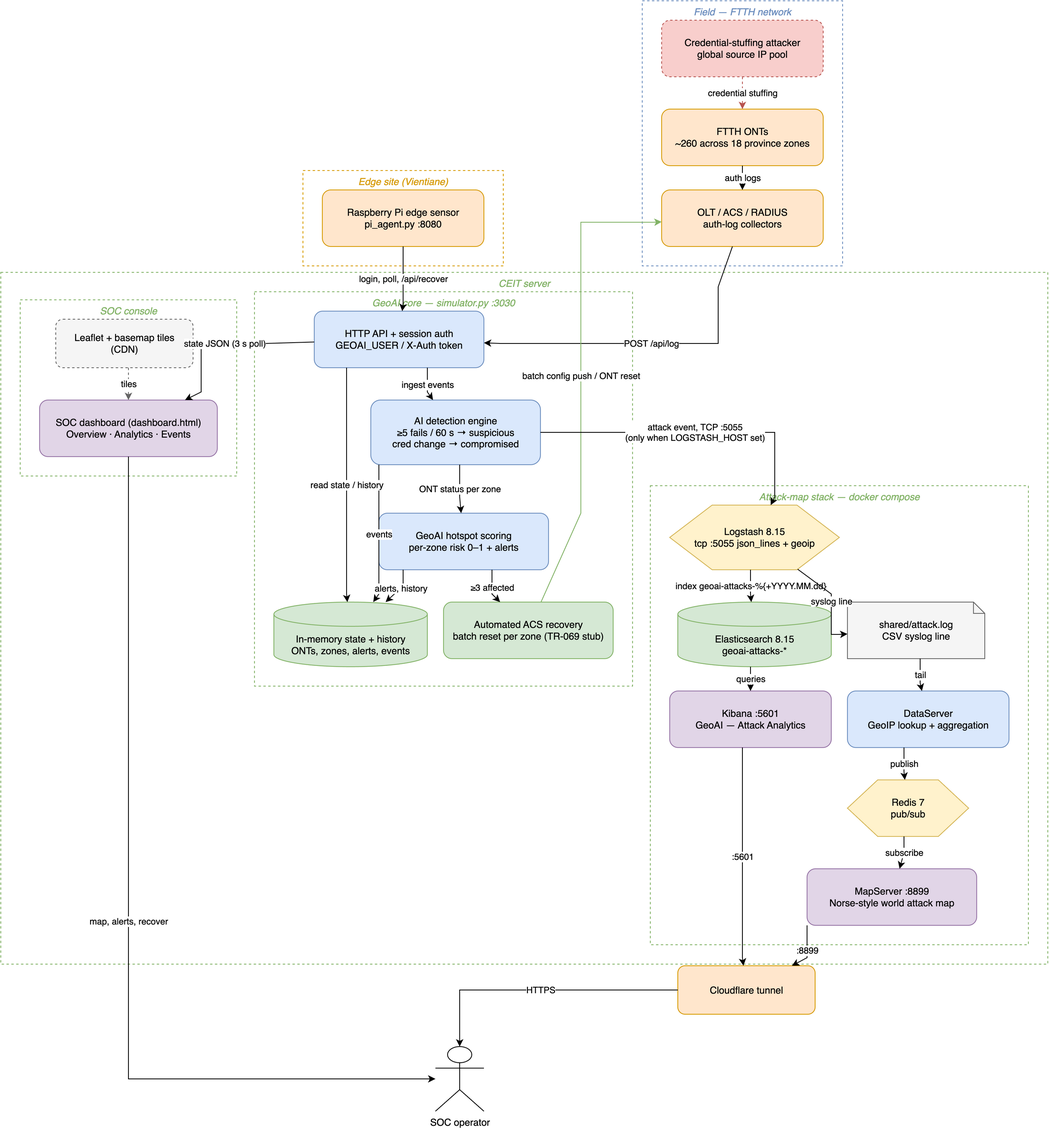
Earlier version of the draw.io export docs/architecture.png (phonepadith/HACK_LA_127). Source tidied: cells renumbered, new cells last; positions are measured from the earlier drawing's top-left corner, leaving out a move shared by most shapes.
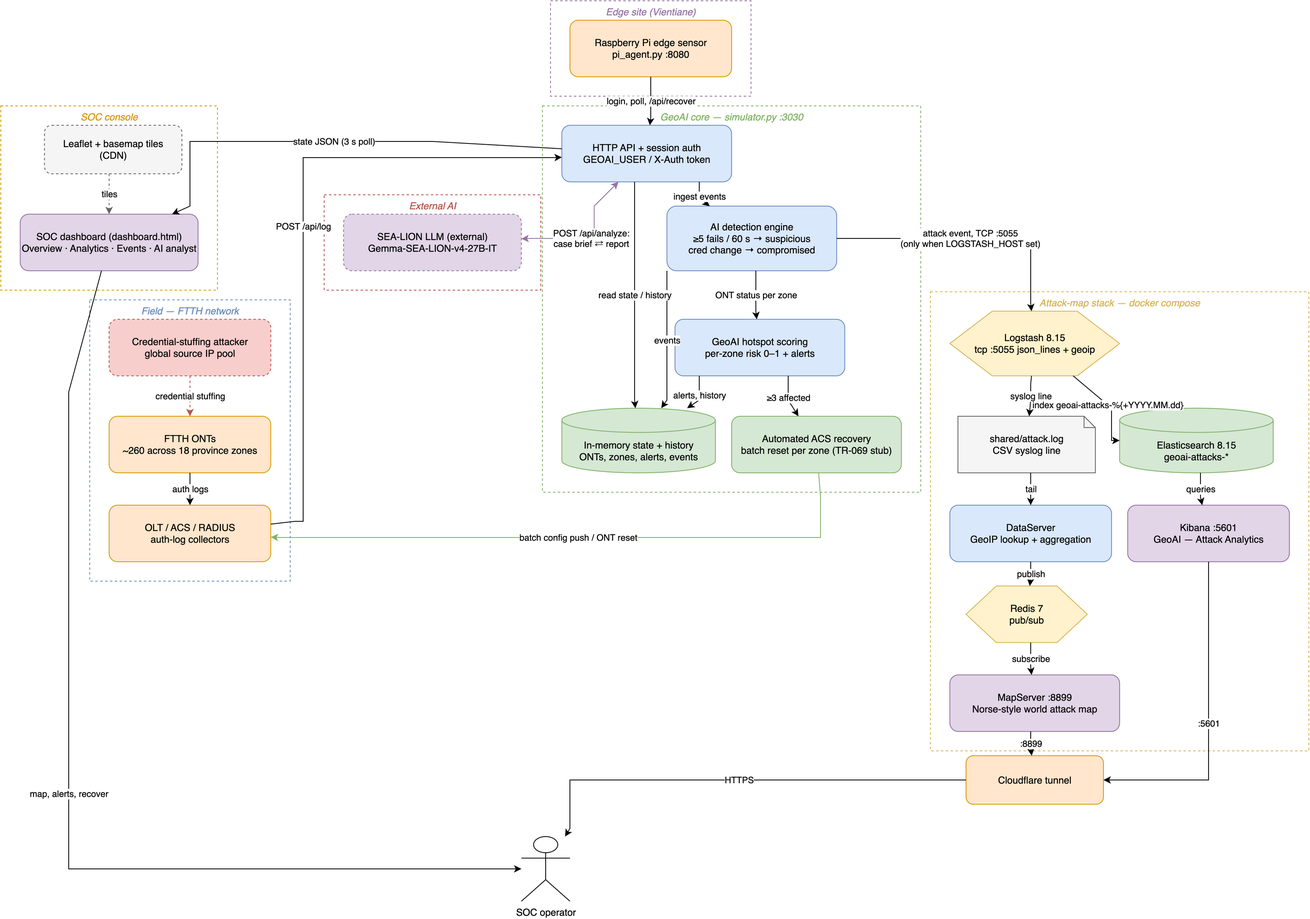
The same diagram one commit later.

Commit message:
Architecture diagram: add the SEA-LION LLM, drop the CEIT server wrapper

Change to the diagram source:
```diff
@@ -4,37 +4,37 @@
     <mxCell id="1" parent="0" />
-    <mxCell id="2" value="CEIT server" style="rounded=0;whiteSpace=wrap;html=1;fillColor=none;strokeColor=#82b366;fontColor=#82b366;verticalAlign=top;fontStyle=2;dashed=1;" parent="1" vertex="1">
-      <mxGeometry y="336" width="1296" height="856" as="geometry" />
+    <mxCell id="2" value="Attack-map stack — docker compose" style="rounded=0;whiteSpace=wrap;html=1;fillColor=none;strokeColor=#d6b656;fontColor=#d6b656;verticalAlign=top;fontStyle=2;dashed=1;" parent="1" vertex="1">
+      <mxGeometry x="1144" y="360" width="468" height="568" as="geometry" />
     </mxCell>
-    <mxCell id="3" value="Edge site (Vientiane)" style="rounded=0;whiteSpace=wrap;html=1;fillColor=none;strokeColor=#d79b00;fontColor=#d79b00;verticalAlign=top;fontStyle=2;dashed=1;" parent="1" vertex="1">
-      <mxGeometry x="374" y="210" width="248" height="118" as="geometry" />
+    <mxCell id="3" value="Edge site (Vientiane)" style="rounded=0;whiteSpace=wrap;html=1;fillColor=none;strokeColor=#9673a6;fontColor=#9673a6;verticalAlign=top;fontStyle=2;dashed=1;" parent="1" vertex="1">
+      <mxGeometry x="674" width="248" height="118" as="geometry" />
     </mxCell>
-    <mxCell id="4" value="Field — FTTH network" style="rounded=0;whiteSpace=wrap;html=1;fillColor=none;strokeColor=#6c8ebf;fontColor=#6c8ebf;verticalAlign=top;fontStyle=2;dashed=1;" parent="1" vertex="1">
-      <mxGeometry x="794" width="248" height="328" as="geometry" />
+    <mxCell id="4" value="External AI" style="rounded=0;whiteSpace=wrap;html=1;fillColor=none;strokeColor=#b85450;fontColor=#b85450;verticalAlign=top;fontStyle=2;dashed=1;" parent="1" vertex="1">
+      <mxGeometry x="394" y="240" width="268" height="118" as="geometry" />
     </mxCell>
-    <mxCell id="5" value="Attack-map stack — docker compose" style="rounded=0;whiteSpace=wrap;html=1;fillColor=none;strokeColor=#82b366;fontColor=#82b366;verticalAlign=top;fontStyle=2;dashed=1;" parent="2" vertex="1">
-      <mxGeometry x="804" y="264" width="468" height="568" as="geometry" />
+    <mxCell id="5" value="Field — FTTH network" style="rounded=0;whiteSpace=wrap;html=1;fillColor=none;strokeColor=#6c8ebf;fontColor=#6c8ebf;verticalAlign=top;fontStyle=2;dashed=1;" parent="1" vertex="1">
+      <mxGeometry x="104" y="370" width="248" height="348" as="geometry" />
     </mxCell>
-    <mxCell id="6" value="GeoAI core — simulator.py :3030" style="rounded=0;whiteSpace=wrap;html=1;fillColor=none;strokeColor=#82b366;fontColor=#82b366;verticalAlign=top;fontStyle=2;dashed=1;" parent="2" vertex="1">
-      <mxGeometry x="314" y="24" width="468" height="488" as="geometry" />
+    <mxCell id="6" value="GeoAI core — simulator.py :3030" style="rounded=0;whiteSpace=wrap;html=1;fillColor=none;strokeColor=#82b366;fontColor=#82b366;verticalAlign=top;fontStyle=2;dashed=1;" parent="1" vertex="1">
+      <mxGeometry x="664" y="130" width="468" height="478" as="geometry" />
     </mxCell>
-    <mxCell id="7" value="SOC console" style="rounded=0;whiteSpace=wrap;html=1;fillColor=none;strokeColor=#82b366;fontColor=#82b366;verticalAlign=top;fontStyle=2;dashed=1;" parent="2" vertex="1">
-      <mxGeometry x="24" y="34" width="268" height="218" as="geometry" />
+    <mxCell id="7" value="SOC console" style="rounded=0;whiteSpace=wrap;html=1;fillColor=none;strokeColor=#d79b00;fontColor=#d79b00;verticalAlign=top;fontStyle=2;dashed=1;" parent="1" vertex="1">
+      <mxGeometry x="-6" y="130" width="268" height="228" as="geometry" />
     </mxCell>
-    <mxCell id="8" value="Credential-stuffing attacker&#10;global source IP pool" style="rounded=1;whiteSpace=wrap;html=1;dashed=1;fillColor=#f8cecc;strokeColor=#b85450;" parent="4" vertex="1">
+    <mxCell id="8" value="Credential-stuffing attacker&#10;global source IP pool" style="rounded=1;whiteSpace=wrap;html=1;dashed=1;fillColor=#f8cecc;strokeColor=#b85450;" parent="5" vertex="1">
       <mxGeometry x="24" y="24" width="200" height="70" as="geometry" />
     </mxCell>
-    <mxCell id="9" value="FTTH ONTs&#10;~260 across 18 province zones" style="rounded=1;whiteSpace=wrap;html=1;fillColor=#ffe6cc;strokeColor=#d79b00;" parent="4" vertex="1">
-      <mxGeometry x="24" y="134" width="200" height="70" as="geometry" />
+    <mxCell id="9" value="FTTH ONTs&#10;~260 across 18 province zones" style="rounded=1;whiteSpace=wrap;html=1;fillColor=#ffe6cc;strokeColor=#d79b00;" parent="5" vertex="1">
+      <mxGeometry x="24" y="144" width="200" height="70" as="geometry" />
     </mxCell>
-    <mxCell id="10" value="OLT / ACS / RADIUS&#10;auth-log collectors" style="rounded=1;whiteSpace=wrap;html=1;fillColor=#ffe6cc;strokeColor=#d79b00;" parent="4" vertex="1">
-      <mxGeometry x="24" y="234" width="200" height="70" as="geometry" />
+    <mxCell id="10" value="OLT / ACS / RADIUS&#10;auth-log collectors" style="rounded=1;whiteSpace=wrap;html=1;fillColor=#ffe6cc;strokeColor=#d79b00;" parent="5" vertex="1">
+      <mxGeometry x="24" y="254" width="200" height="70" as="geometry" />
     </mxCell>
     <mxCell id="11" value="HTTP API + session auth&#10;GEOAI_USER / X-Auth token" style="rounded=1;whiteSpace=wrap;html=1;fillColor=#dae8fc;strokeColor=#6c8ebf;" parent="6" vertex="1">
-      <mxGeometry x="74" y="24" width="210" height="70" as="geometry" />
+      <mxGeometry x="24" y="24" width="210" height="70" as="geometry" />
     </mxCell>
     <mxCell id="12" value="AI detection engine&#10;≥5 fails / 60 s → suspicious&#10;cred change → compromised" style="rounded=1;whiteSpace=wrap;html=1;fillColor=#dae8fc;strokeColor=#6c8ebf;" parent="6" vertex="1">
-      <mxGeometry x="144" y="134" width="210" height="80" as="geometry" />
+      <mxGeometry x="154" y="124" width="210" height="80" as="geometry" />
     </mxCell>
     <mxCell id="13" value="GeoAI hotspot scoring&#10;per-zone risk 0–1 + alerts" style="rounded=1;whiteSpace=wrap;html=1;fillColor=#dae8fc;strokeColor=#6c8ebf;" parent="6" vertex="1">
-      <mxGeometry x="154" y="274" width="210" height="70" as="geometry" />
+      <mxGeometry x="164" y="264" width="210" height="70" as="geometry" />
     </mxCell>
@@ -44,9 +44,9 @@
     <mxCell id="15" value="In-memory state + history&#10;ONTs, zones, alerts, events" style="shape=cylinder3;whiteSpace=wrap;html=1;boundedLbl=1;fillColor=#d5e8d4;strokeColor=#82b366;" parent="6" vertex="1">
-      <mxGeometry x="24" y="384" width="190" height="80" as="geometry" />
+      <mxGeometry x="24" y="374" width="190" height="80" as="geometry" />
     </mxCell>
-    <mxCell id="16" value="SOC dashboard (dashboard.html)&#10;Overview · Analytics · Events" style="rounded=1;whiteSpace=wrap;html=1;fillColor=#e1d5e7;strokeColor=#9673a6;" parent="7" vertex="1">
-      <mxGeometry x="24" y="124" width="220" height="70" as="geometry" />
+    <mxCell id="16" value="SOC dashboard (dashboard.html)&#10;Overview · Analytics · Events · AI analyst" style="rounded=1;whiteSpace=wrap;html=1;fillColor=#e1d5e7;strokeColor=#9673a6;" parent="7" vertex="1">
+      <mxGeometry x="24" y="134" width="220" height="70" as="geometry" />
     </mxCell>
     <mxCell id="17" value="Leaflet + basemap tiles&#10;(CDN)" style="rounded=1;whiteSpace=wrap;html=1;dashed=1;fillColor=#f5f5f5;strokeColor=#666666;" parent="7" vertex="1">
-      <mxGeometry x="44" y="24" width="170" height="60" as="geometry" />
+      <mxGeometry x="54" y="24" width="170" height="60" as="geometry" />
     </mxCell>
@@ -55,29 +55,32 @@
     </mxCell>
-    <mxCell id="19" value="Logstash 8.15&#10;tcp :5055 json_lines + geoip" style="shape=hexagon;perimeter=hexagonPerimeter2;whiteSpace=wrap;html=1;fillColor=#fff2cc;strokeColor=#d6b656;" parent="5" vertex="1">
+    <mxCell id="19" value="Logstash 8.15&#10;tcp :5055 json_lines + geoip" style="shape=hexagon;perimeter=hexagonPerimeter2;whiteSpace=wrap;html=1;fillColor=#fff2cc;strokeColor=#d6b656;" parent="2" vertex="1">
       <mxGeometry x="24" y="24" width="210" height="80" as="geometry" />
     </mxCell>
-    <mxCell id="20" value="shared/attack.log&#10;CSV syslog line" style="shape=note;whiteSpace=wrap;html=1;size=14;fillColor=#f5f5f5;strokeColor=#666666;" parent="5" vertex="1">
-      <mxGeometry x="244" y="144" width="170" height="70" as="geometry" />
+    <mxCell id="20" value="shared/attack.log&#10;CSV syslog line" style="shape=note;whiteSpace=wrap;html=1;size=14;fillColor=#f5f5f5;strokeColor=#666666;" parent="2" vertex="1">
+      <mxGeometry x="34" y="154" width="170" height="70" as="geometry" />
     </mxCell>
-    <mxCell id="21" value="DataServer&#10;GeoIP lookup + aggregation" style="rounded=1;whiteSpace=wrap;html=1;fillColor=#dae8fc;strokeColor=#6c8ebf;" parent="5" vertex="1">
-      <mxGeometry x="244" y="254" width="200" height="70" as="geometry" />
+    <mxCell id="21" value="DataServer&#10;GeoIP lookup + aggregation" style="rounded=1;whiteSpace=wrap;html=1;fillColor=#dae8fc;strokeColor=#6c8ebf;" parent="2" vertex="1">
+      <mxGeometry x="24" y="264" width="200" height="70" as="geometry" />
     </mxCell>
-    <mxCell id="22" value="Redis 7&#10;pub/sub" style="shape=hexagon;perimeter=hexagonPerimeter2;whiteSpace=wrap;html=1;fillColor=#fff2cc;strokeColor=#d6b656;" parent="5" vertex="1">
-      <mxGeometry x="244" y="364" width="150" height="70" as="geometry" />
+    <mxCell id="22" value="Redis 7&#10;pub/sub" style="shape=hexagon;perimeter=hexagonPerimeter2;whiteSpace=wrap;html=1;fillColor=#fff2cc;strokeColor=#d6b656;" parent="2" vertex="1">
+      <mxGeometry x="44" y="364" width="150" height="70" as="geometry" />
     </mxCell>
-    <mxCell id="23" value="MapServer :8899&#10;Norse-style world attack map" style="rounded=1;whiteSpace=wrap;html=1;fillColor=#e1d5e7;strokeColor=#9673a6;" parent="5" vertex="1">
-      <mxGeometry x="194" y="474" width="210" height="70" as="geometry" />
+    <mxCell id="23" value="MapServer :8899&#10;Norse-style world attack map" style="rounded=1;whiteSpace=wrap;html=1;fillColor=#e1d5e7;strokeColor=#9673a6;" parent="2" vertex="1">
+      <mxGeometry x="24" y="474" width="210" height="70" as="geometry" />
     </mxCell>
-    <mxCell id="24" value="Elasticsearch 8.15&#10;geoai-attacks-*" style="shape=cylinder3;whiteSpace=wrap;html=1;boundedLbl=1;fillColor=#d5e8d4;strokeColor=#82b366;" parent="5" vertex="1">
-      <mxGeometry x="34" y="144" width="190" height="80" as="geometry" />
+    <mxCell id="24" value="Elasticsearch 8.15&#10;geoai-attacks-*" style="shape=cylinder3;whiteSpace=wrap;html=1;boundedLbl=1;fillColor=#d5e8d4;strokeColor=#82b366;" parent="2" vertex="1">
+      <mxGeometry x="234" y="144" width="190" height="80" as="geometry" />
     </mxCell>
-    <mxCell id="25" value="Kibana :5601&#10;GeoAI — Attack Analytics" style="rounded=1;whiteSpace=wrap;html=1;fillColor=#e1d5e7;strokeColor=#9673a6;" parent="5" vertex="1">
-      <mxGeometry x="24" y="254" width="200" height="70" as="geometry" />
+    <mxCell id="25" value="Kibana :5601&#10;GeoAI — Attack Analytics" style="rounded=1;whiteSpace=wrap;html=1;fillColor=#e1d5e7;strokeColor=#9673a6;" parent="2" vertex="1">
+      <mxGeometry x="244" y="264" width="200" height="70" as="geometry" />
     </mxCell>
     <mxCell id="26" value="Cloudflare tunnel" style="rounded=1;whiteSpace=wrap;html=1;fillColor=#ffe6cc;strokeColor=#d79b00;" parent="1" vertex="1">
-      <mxGeometry x="838" y="1194" width="170" height="60" as="geometry" />
+      <mxGeometry x="1188" y="934" width="170" height="60" as="geometry" />
     </mxCell>
     <mxCell id="27" value="SOC operator" style="shape=umlActor;verticalLabelPosition=bottom;verticalAlign=top;html=1;" parent="1" vertex="1">
-      <mxGeometry x="538" y="1294" width="60" height="80" as="geometry" />
+      <mxGeometry x="638" y="1034" width="60" height="80" as="geometry" />
     </mxCell>
+    <mxCell id="52" value="SEA-LION LLM (external)&#10;Gemma-SEA-LION-v4-27B-IT" style="rounded=1;whiteSpace=wrap;html=1;dashed=1;fillColor=#e1d5e7;strokeColor=#9673a6;" parent="4" vertex="1">
+      <mxGeometry x="24" y="24" width="220" height="70" as="geometry" />
+    </mxCell>
     <mxCell id="28" value="credential stuffing" style="endArrow=classic;html=1;rounded=0;dashed=1;strokeColor=#b85450;" parent="1" edge="1" source="8" target="9">
@@ -85,4 +88,4 @@
         <Array as="points">
-          <mxPoint x="918" y="94" />
-          <mxPoint x="918" y="124" />
+          <mxPoint x="228" y="464" />
+          <mxPoint x="228" y="494" />
         </Array>
@@ -93,4 +96,4 @@
         <Array as="points">
-          <mxPoint x="918" y="204" />
-          <mxPoint x="918" y="224" />
+          <mxPoint x="228" y="584" />
+          <mxPoint x="228" y="604" />
         </Array>
@@ -101,7 +104,10 @@
         <Array as="points">
-          <mxPoint x="888" y="354" />
-          <mxPoint x="888" y="424" />
-          <mxPoint x="888" y="424" />
-          <mxPoint x="888" y="424" />
-          <mxPoint x="618" y="424" />
+          <mxPoint x="358" y="644" />
+          <mxPoint x="368" y="644" />
+          <mxPoint x="368" y="644" />
+          <mxPoint x="368" y="644" />
+          <mxPoint x="368" y="194" />
+          <mxPoint x="368" y="194" />
+          <mxPoint x="368" y="194" />
+          <mxPoint x="678" y="194" />
         </Array>
@@ -112,4 +118,4 @@
         <Array as="points">
-          <mxPoint x="528" y="454" />
-          <mxPoint x="528" y="484" />
+          <mxPoint x="858" y="224" />
+          <mxPoint x="858" y="244" />
         </Array>
@@ -120,4 +126,4 @@
         <Array as="points">
-          <mxPoint x="568" y="574" />
-          <mxPoint x="568" y="614" />
+          <mxPoint x="928" y="334" />
+          <mxPoint x="928" y="384" />
         </Array>
@@ -128,4 +134,4 @@
         <Array as="points">
-          <mxPoint x="608" y="704" />
-          <mxPoint x="608" y="734" />
+          <mxPoint x="968" y="464" />
+          <mxPoint x="968" y="494" />
         </Array>
@@ -136,7 +142,7 @@
         <Array as="points">
-          <mxPoint x="718" y="634" />
-          <mxPoint x="718" y="274" />
-          <mxPoint x="718" y="274" />
-          <mxPoint x="718" y="274" />
-          <mxPoint x="808" y="274" />
+          <mxPoint x="1008" y="614" />
+          <mxPoint x="1008" y="664" />
+          <mxPoint x="1008" y="664" />
+          <mxPoint x="1008" y="664" />
+          <mxPoint x="338" y="664" />
         </Array>
@@ -147,4 +153,4 @@
         <Array as="points">
-          <mxPoint x="468" y="574" />
-          <mxPoint x="468" y="734" />
+          <mxPoint x="818" y="334" />
+          <mxPoint x="818" y="494" />
         </Array>
@@ -155,4 +161,4 @@
         <Array as="points">
-          <mxPoint x="498" y="704" />
-          <mxPoint x="498" y="724" />
+          <mxPoint x="858" y="464" />
+          <mxPoint x="858" y="494" />
         </Array>
@@ -163,4 +169,4 @@
         <Array as="points">
-          <mxPoint x="428" y="454" />
-          <mxPoint x="428" y="734" />
+          <mxPoint x="778" y="224" />
+          <mxPoint x="778" y="494" />
         </Array>
@@ -171,7 +177,7 @@
         <Array as="points">
-          <mxPoint x="328" y="424" />
-          <mxPoint x="248" y="424" />
-          <mxPoint x="248" y="424" />
-          <mxPoint x="248" y="424" />
-          <mxPoint x="248" y="484" />
+          <mxPoint x="528" y="174" />
+          <mxPoint x="228" y="174" />
+          <mxPoint x="228" y="174" />
+          <mxPoint x="228" y="174" />
+          <mxPoint x="228" y="254" />
         </Array>
@@ -182,4 +188,4 @@
         <Array as="points">
-          <mxPoint x="158" y="454" />
-          <mxPoint x="158" y="484" />
+          <mxPoint x="128" y="214" />
+          <mxPoint x="128" y="254" />
         </Array>
@@ -190,7 +196,7 @@
         <Array as="points">
-          <mxPoint x="158" y="724" />
-          <mxPoint x="158" y="1334" />
-          <mxPoint x="158" y="1334" />
-          <mxPoint x="158" y="1334" />
-          <mxPoint x="528" y="1334" />
+          <mxPoint x="78" y="484" />
+          <mxPoint x="78" y="1074" />
+          <mxPoint x="78" y="1074" />
+          <mxPoint x="78" y="1074" />
+          <mxPoint x="628" y="1074" />
         </Array>
@@ -201,4 +207,4 @@
         <Array as="points">
-          <mxPoint x="498" y="304" />
-          <mxPoint x="498" y="374" />
+          <mxPoint x="798" y="94" />
+          <mxPoint x="798" y="144" />
         </Array>
@@ -209,7 +215,7 @@
         <Array as="points">
-          <mxPoint x="788" y="534" />
-          <mxPoint x="958" y="534" />
-          <mxPoint x="958" y="534" />
-          <mxPoint x="958" y="534" />
-          <mxPoint x="958" y="614" />
+          <mxPoint x="1128" y="294" />
+          <mxPoint x="1268" y="294" />
+          <mxPoint x="1268" y="294" />
+          <mxPoint x="1268" y="294" />
+          <mxPoint x="1268" y="374" />
         </Array>
@@ -220,4 +226,7 @@
         <Array as="points">
-          <mxPoint x="928" y="704" />
-          <mxPoint x="928" y="734" />
+          <mxPoint x="1368" y="504" />
+          <mxPoint x="1368" y="544" />
+          <mxPoint x="1368" y="544" />
+          <mxPoint x="1368" y="544" />
+          <mxPoint x="1368" y="544" />
         </Array>
@@ -228,7 +237,4 @@
         <Array as="points">
-          <mxPoint x="1028" y="734" />
-          <mxPoint x="1028" y="784" />
-          <mxPoint x="1028" y="784" />
-          <mxPoint x="1028" y="784" />
-          <mxPoint x="1038" y="784" />
+          <mxPoint x="1268" y="474" />
+          <mxPoint x="1268" y="494" />
         </Array>
@@ -239,4 +245,4 @@
         <Array as="points">
-          <mxPoint x="1138" y="814" />
-          <mxPoint x="1138" y="844" />
+          <mxPoint x="1268" y="584" />
+          <mxPoint x="1268" y="604" />
         </Array>
@@ -247,4 +253,4 @@
         <Array as="points">
-          <mxPoint x="1118" y="924" />
-          <mxPoint x="1118" y="954" />
+          <mxPoint x="1268" y="694" />
+          <mxPoint x="1268" y="714" />
         </Array>
@@ -255,4 +261,4 @@
         <Array as="points">
-          <mxPoint x="1118" y="1034" />
-          <mxPoint x="1118" y="1054" />
+          <mxPoint x="1268" y="794" />
+          <mxPoint x="1268" y="824" />
         </Array>
@@ -263,4 +269,4 @@
         <Array as="points">
-          <mxPoint x="928" y="824" />
-          <mxPoint x="928" y="844" />
+          <mxPoint x="1478" y="584" />
+          <mxPoint x="1478" y="614" />
         </Array>
@@ -271,4 +277,4 @@
         <Array as="points">
-          <mxPoint x="998" y="1144" />
-          <mxPoint x="998" y="1184" />
+          <mxPoint x="1268" y="904" />
+          <mxPoint x="1268" y="924" />
         </Array>
@@ -279,4 +285,7 @@
         <Array as="points">
-          <mxPoint x="918" y="924" />
-          <mxPoint x="918" y="1184" />
+          <mxPoint x="1488" y="774" />
+          <mxPoint x="1488" y="964" />
+          <mxPoint x="1488" y="964" />
+          <mxPoint x="1488" y="964" />
+          <mxPoint x="1368" y="964" />
         </Array>
@@ -287,7 +296,7 @@
         <Array as="points">
-          <mxPoint x="738" y="1224" />
-          <mxPoint x="568" y="1224" />
-          <mxPoint x="568" y="1224" />
-          <mxPoint x="568" y="1224" />
-          <mxPoint x="568" y="1284" />
+          <mxPoint x="1028" y="964" />
+          <mxPoint x="698" y="964" />
+          <mxPoint x="698" y="964" />
+          <mxPoint x="698" y="964" />
+          <mxPoint x="698" y="1024" />
         </Array>
@@ -295,2 +304,13 @@
     </mxCell>
+    <mxCell id="53" value="POST /api/analyze:&#10;case brief ⇄ report" style="endArrow=classic;startArrow=classic;html=1;rounded=0;strokeColor=#9673a6;" parent="1" edge="1" source="11" target="52">
+      <mxGeometry relative="1" as="geometry">
+        <Array as="points">
+          <mxPoint x="728" y="254" />
+          <mxPoint x="728" y="294" />
+          <mxPoint x="728" y="294" />
+          <mxPoint x="728" y="294" />
+          <mxPoint x="648" y="294" />
+        </Array>
+      </mxGeometry>
+    </mxCell>
   </root>
```
